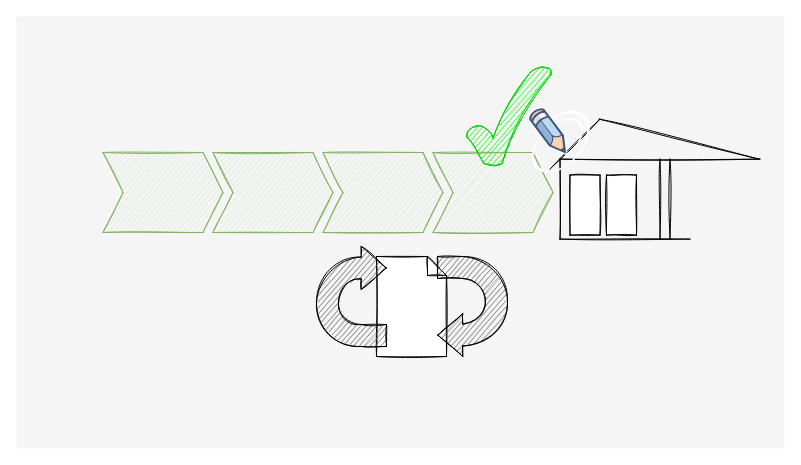
Above: assets/drawio/hero-overview_of_architecture_review_processes.drawio in steffenmueller4/steffenmueller4.github.io (draw.io), before the change. Source tidied: cells renumbered, new cells numbered last; positions are measured from the earlier drawing's top-left corner, leaving out a move shared by most shapes. Both pictures are drawn from the tidied source at 100%, with x=0, y=0 at pixel (16, 16).
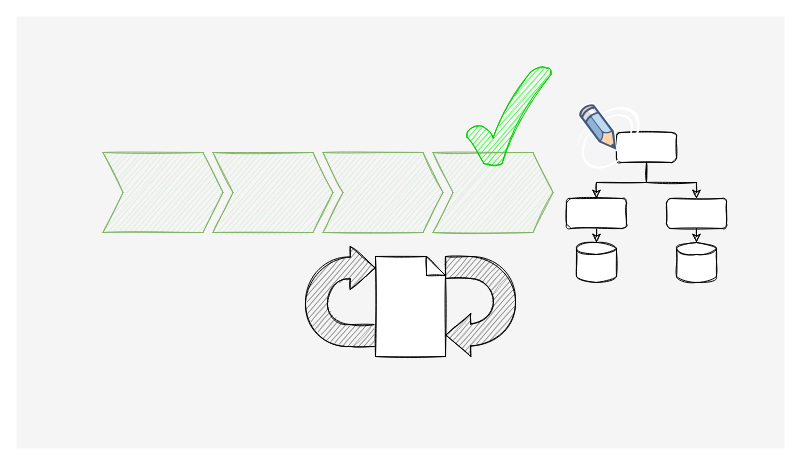
The same diagram, later.

What changed in the source:
```diff
@@
-    <mxCell id="8" style="shape=note;whiteSpace=wrap;html=1;backgroundOutline=1;darkOpacity=0.05;size=19;sketch=1;" parent="1" vertex="1">
-      <mxGeometry x="360" y="240" width="70" height="100" as="geometry" />
-    </mxCell>
-    <mxCell id="9" style="group;" parent="1" vertex="1">
-      <mxGeometry x="510" y="90" width="233.5" height="132.6" as="geometry" />
-    </mxCell>
-    <mxCell id="10" style="endArrow=none;html=1;rounded=0;sketch=1;" parent="9" edge="1">
-      <mxGeometry relative="1" as="geometry">
-        <mxPoint x="33.5" y="132.6" as="sourcePoint" />
-        <mxPoint x="33.5" y="52.6" as="targetPoint" />
-      </mxGeometry>
-    </mxCell>
-    <mxCell id="11" style="endArrow=none;html=1;rounded=0;sketch=1;" parent="9" edge="1">
-      <mxGeometry relative="1" as="geometry">
-        <mxPoint x="33.5" y="132.6" as="sourcePoint" />
-        <mxPoint x="163.5" y="132.6" as="targetPoint" />
-      </mxGeometry>
-    </mxCell>
-    <mxCell id="12" style="endArrow=none;html=1;rounded=0;sketch=1;" parent="9" edge="1">
-      <mxGeometry relative="1" as="geometry">
-        <mxPoint x="23.5" y="62.6" as="sourcePoint" />
-        <mxPoint x="73.5" y="12.6" as="targetPoint" />
-      </mxGeometry>
-    </mxCell>
-    <mxCell id="13" style="endArrow=none;html=1;rounded=0;sketch=1;" parent="9" edge="1">
-      <mxGeometry relative="1" as="geometry">
-        <mxPoint x="72.5" y="12.6" as="sourcePoint" />
-        <mxPoint x="232.5" y="52.6" as="targetPoint" />
-      </mxGeometry>
-    </mxCell>
-    <mxCell id="14" style="rounded=0;whiteSpace=wrap;html=1;sketch=1;" parent="9" vertex="1">
-      <mxGeometry x="43.5" y="68.6" width="30" height="60" as="geometry" />
-    </mxCell>
-    <mxCell id="15" style="rounded=0;whiteSpace=wrap;html=1;sketch=1;" parent="9" vertex="1">
-      <mxGeometry x="80" y="68.6" width="30" height="60" as="geometry" />
-    </mxCell>
-    <mxCell id="16" style="endArrow=none;html=1;rounded=0;sketch=1;" parent="9" edge="1">
-      <mxGeometry relative="1" as="geometry">
-        <mxPoint x="133.5" y="52.6" as="sourcePoint" />
-        <mxPoint x="133.5" y="132.6" as="targetPoint" />
-      </mxGeometry>
-    </mxCell>
-    <mxCell id="17" style="endArrow=none;html=1;rounded=0;sketch=1;" parent="9" edge="1">
-      <mxGeometry relative="1" as="geometry">
-        <mxPoint x="143.5" y="52.6" as="sourcePoint" />
-        <mxPoint x="143.5" y="132.6" as="targetPoint" />
-      </mxGeometry>
-    </mxCell>
-    <mxCell id="18" style="endArrow=none;html=1;rounded=0;sketch=1;" parent="9" edge="1">
-      <mxGeometry relative="1" as="geometry">
-        <mxPoint x="233.5" y="52.6" as="sourcePoint" />
-        <mxPoint x="33.5" y="52.6" as="targetPoint" />
-      </mxGeometry>
-    </mxCell>
+    <mxCell id="22" style="group;" parent="1" vertex="1">
+      <mxGeometry x="550" y="86" width="160" height="180" as="geometry" />
+    </mxCell>
+    <mxCell id="23" style="rounded=1;whiteSpace=wrap;html=1;sketch=1;" parent="22" vertex="1">
+      <mxGeometry x="50" y="30" width="60" height="30" as="geometry" />
+    </mxCell>
+    <mxCell id="24" style="rounded=1;whiteSpace=wrap;html=1;sketch=1;" parent="22" vertex="1">
+      <mxGeometry x="100" y="96" width="60" height="30" as="geometry" />
+    </mxCell>
+    <mxCell id="25" style="edgeStyle=orthogonalEdgeStyle;rounded=0;jettySize=auto;html=1;exitX=0.5;exitY=1;exitDx=0;exitDy=0;entryX=0.5;entryY=0;entryDx=0;entryDy=0;sketch=1;" parent="22" edge="1" source="23" target="24">
+      <mxGeometry relative="1" as="geometry">
+        <Array as="points">
+          <mxPoint x="80" y="80" />
+          <mxPoint x="130" y="80" />
+        </Array>
+      </mxGeometry>
+    </mxCell>
+    <mxCell id="26" style="shape=cylinder3;whiteSpace=wrap;html=1;boundedLbl=1;backgroundOutline=1;size=6;sketch=1;" parent="22" vertex="1">
+      <mxGeometry x="10" y="140" width="40" height="40" as="geometry" />
+    </mxCell>
+    <mxCell id="27" style="shape=cylinder3;whiteSpace=wrap;html=1;boundedLbl=1;backgroundOutline=1;size=6;sketch=1;" parent="22" vertex="1">
+      <mxGeometry x="110" y="140" width="40" height="40" as="geometry" />
+    </mxCell>
+    <mxCell id="28" style="edgeStyle=orthogonalEdgeStyle;rounded=0;jettySize=auto;html=1;exitX=0.5;exitY=1;exitDx=0;exitDy=0;entryX=0.5;entryY=0;entryDx=0;entryDy=0;entryPerimeter=0;sketch=1;" parent="22" edge="1" source="24" target="27">
+      <mxGeometry relative="1" as="geometry" />
+    </mxCell>
+    <mxCell id="29" style="edgeStyle=orthogonalEdgeStyle;rounded=0;jettySize=auto;html=1;exitX=0.5;exitY=1;exitDx=0;exitDy=0;entryX=0.5;entryY=0;entryDx=0;entryDy=0;entryPerimeter=0;sketch=1;" parent="22" edge="1" source="30" target="26">
+      <mxGeometry relative="1" as="geometry" />
+    </mxCell>
-    <mxCell id="19" style="dashed=0;html=1;align=center;labelPosition=center;verticalLabelPosition=bottom;verticalAlign=top;shape=mxgraph.weblogos.livejournal;fillColor=#2690E5;gradientColor=#0A2463;sketch=0;" parent="9" vertex="1">
-      <mxGeometry width="64" height="68.6" as="geometry" />
+    <mxCell id="19" style="dashed=0;html=1;align=center;labelPosition=center;verticalLabelPosition=bottom;verticalAlign=top;shape=mxgraph.weblogos.livejournal;fillColor=#2690E5;gradientColor=#0A2463;sketch=0;" parent="22" vertex="1">
+      <mxGeometry x="10" width="64" height="68.6" as="geometry" />
     </mxCell>
+    <mxCell id="30" style="rounded=1;whiteSpace=wrap;html=1;sketch=1;" parent="22" vertex="1">
+      <mxGeometry y="96" width="60" height="30" as="geometry" />
+    </mxCell>
+    <mxCell id="31" style="edgeStyle=orthogonalEdgeStyle;rounded=0;jettySize=auto;html=1;exitX=0.5;exitY=1;exitDx=0;exitDy=0;entryX=0.5;entryY=0;entryDx=0;entryDy=0;sketch=1;" parent="22" edge="1" source="23" target="30">
+      <mxGeometry relative="1" as="geometry">
+        <Array as="points">
+          <mxPoint x="80" y="80" />
+          <mxPoint x="30" y="80" />
+        </Array>
+      </mxGeometry>
+    </mxCell>
+    <mxCell id="32" style="group;" parent="1" vertex="1">
+      <mxGeometry x="289" y="230" width="210" height="110" as="geometry" />
+    </mxCell>
-    <mxCell id="20" style="html=1;shadow=0;dashed=0;align=center;verticalAlign=middle;shape=mxgraph.arrows2.uTurnArrow;dy=11;arrowHead=43;dx2=25;sketch=1;fillColor=#666666;" parent="1" vertex="1">
-      <mxGeometry x="300" y="230" width="70" height="100" as="geometry" />
+    <mxCell id="20" style="html=1;shadow=0;dashed=0;align=center;verticalAlign=middle;shape=mxgraph.arrows2.uTurnArrow;dy=11;arrowHead=43;dx2=25;sketch=1;fillColor=#666666;" parent="32" vertex="1">
+      <mxGeometry width="70" height="100" as="geometry" />
     </mxCell>
-    <mxCell id="21" style="html=1;shadow=0;dashed=0;align=center;verticalAlign=middle;shape=mxgraph.arrows2.uTurnArrow;dy=11;arrowHead=43;dx2=25;sketch=1;fillColor=#666666;rotation=-180;" parent="1" vertex="1">
-      <mxGeometry x="421" y="240" width="70" height="100" as="geometry" />
+    <mxCell id="21" style="html=1;shadow=0;dashed=0;align=center;verticalAlign=middle;shape=mxgraph.arrows2.uTurnArrow;dy=11;arrowHead=43;dx2=25;sketch=1;fillColor=#666666;rotation=-180;" parent="32" vertex="1">
+      <mxGeometry x="140" y="10" width="70" height="100" as="geometry" />
     </mxCell>
+    <mxCell id="8" style="shape=note;whiteSpace=wrap;html=1;backgroundOutline=1;darkOpacity=0.05;size=19;sketch=1;" parent="32" vertex="1">
+      <mxGeometry x="70" y="10" width="70" height="100" as="geometry" />
+    </mxCell>
```
